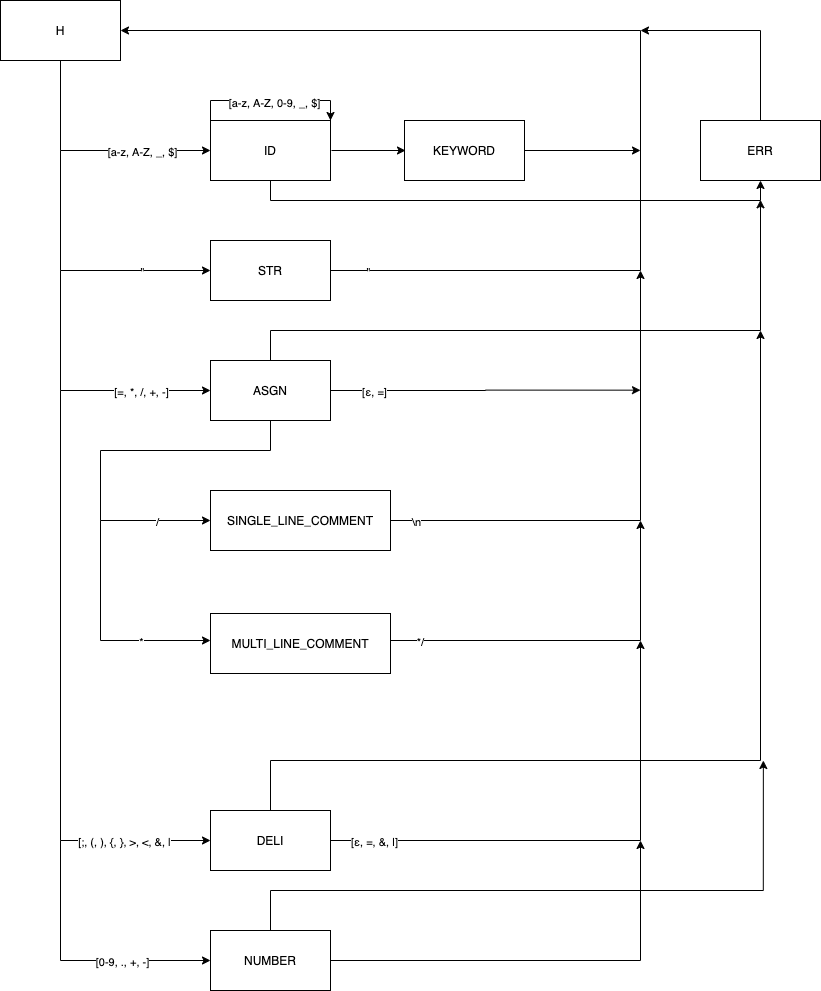
This is statesDgram.png from sevskii111/compiler, a draw.io export, as it was before one commit. Source tidied: cells renumbered, new cells last; positions are measured from the earlier drawing's top-left corner, leaving out a move shared by most shapes.
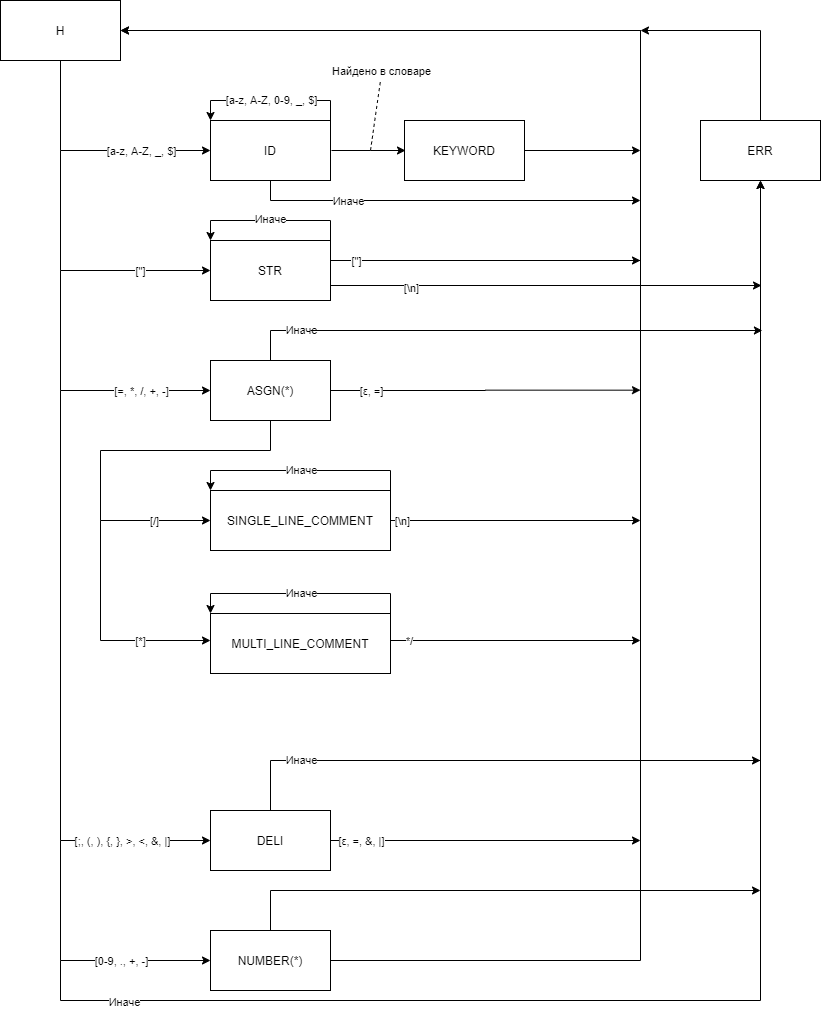
Above is the later version.

Diff of the diagram source:
```diff
@@ -17,11 +17,28 @@
       <mxGeometry relative="1" as="geometry">
         <mxPoint x="331" y="150" as="sourcePoint" />
         <mxPoint x="405" y="150" as="targetPoint" />
+        <Array as="points">
+          <mxPoint x="370" y="150" />
+          <mxPoint x="370" y="150" />
+        </Array>
       </mxGeometry>
     </mxCell>
+    <mxCell id="46" value="Найдено в словаре" style="edgeLabel;html=1;align=center;verticalAlign=middle;" parent="5" vertex="1">
+      <mxGeometry x="-0.28" y="1" relative="1" as="geometry">
+        <mxPoint x="22.3" y="-79" as="offset" />
+      </mxGeometry>
+    </mxCell>
-    <mxCell id="6" style="edgeStyle=orthogonalEdgeStyle;rounded=0;jettySize=auto;html=1;exitX=0.5;exitY=1;exitDx=0;exitDy=0;entryX=0.5;entryY=1;entryDx=0;entryDy=0;" parent="1" edge="1" source="7" target="40">
-      <mxGeometry relative="1" as="geometry" />
+    <mxCell id="6" style="edgeStyle=orthogonalEdgeStyle;rounded=0;jettySize=auto;html=1;exitX=0.5;exitY=1;exitDx=0;exitDy=0;" parent="1" edge="1" source="7">
+      <mxGeometry relative="1" as="geometry">
+        <mxPoint x="640" y="200" as="targetPoint" />
+        <Array as="points">
+          <mxPoint x="270" y="200" />
+        </Array>
+      </mxGeometry>
     </mxCell>
+    <mxCell id="47" value="Иначе" style="edgeLabel;html=1;align=center;verticalAlign=middle;" parent="6" vertex="1">
+      <mxGeometry x="-0.5" relative="1" as="geometry" />
+    </mxCell>
     <mxCell id="7" value="ID" style="rounded=0;whiteSpace=wrap;html=1;" parent="1" vertex="1">
       <mxGeometry x="210" y="120" width="120" height="60" as="geometry" />
     </mxCell>
@@ -41,24 +58,62 @@
         </Array>
       </mxGeometry>
     </mxCell>
-    <mxCell id="11" value="&quot;" style="edgeLabel;html=1;align=center;verticalAlign=middle;" parent="10" vertex="1">
+    <mxCell id="11" value="[&quot;]" style="edgeLabel;html=1;align=center;verticalAlign=middle;" parent="10" vertex="1">
       <mxGeometry x="0.37" y="-1" relative="1" as="geometry">
-        <mxPoint x="15.8" y="-1" as="offset" />
+        <mxPoint x="14.8" y="-1" as="offset" />
       </mxGeometry>
     </mxCell>
     <mxCell id="12" style="edgeStyle=orthogonalEdgeStyle;rounded=0;jettySize=auto;html=1;exitX=1;exitY=0.5;exitDx=0;exitDy=0;entryX=1;entryY=0.5;entryDx=0;entryDy=0;" parent="1" edge="1" source="14" target="4">
       <mxGeometry relative="1" as="geometry">
         <Array as="points">
-          <mxPoint x="640" y="270" />
+          <mxPoint x="330" y="260" />
+          <mxPoint x="640" y="260" />
           <mxPoint x="640" y="30" />
         </Array>
       </mxGeometry>
     </mxCell>
-    <mxCell id="13" value="&quot;" style="edgeLabel;html=1;align=center;verticalAlign=middle;" parent="12" vertex="1">
+    <mxCell id="13" value="[&quot;]" style="edgeLabel;html=1;align=center;verticalAlign=middle;" parent="12" vertex="1">
       <mxGeometry x="-0.93" y="-2" relative="1" as="geometry">
         <mxPoint y="-2" as="offset" />
       </mxGeometry>
     </mxCell>
+    <mxCell id="48" style="edgeStyle=none;rounded=0;orthogonalLoop=1;jettySize=auto;html=1;endArrow=none;endFill=0;" parent="1" edge="1">
+      <mxGeometry relative="1" as="geometry">
+        <mxPoint x="330" y="220" as="sourcePoint" />
+        <mxPoint x="210" y="220" as="targetPoint" />
+      </mxGeometry>
+    </mxCell>
+    <mxCell id="49" value="Иначе" style="edgeLabel;html=1;align=center;verticalAlign=middle;" parent="48" vertex="1">
+      <mxGeometry x="0.17" y="-2" relative="1" as="geometry">
+        <mxPoint x="10.5" as="offset" />
+      </mxGeometry>
+    </mxCell>
+    <mxCell id="50" style="edgeStyle=none;rounded=0;jettySize=auto;html=1;exitX=1;exitY=0;exitDx=0;exitDy=0;endArrow=none;endFill=0;" parent="1" edge="1" source="14">
+      <mxGeometry relative="1" as="geometry">
+        <mxPoint x="330" y="220" as="targetPoint" />
+      </mxGeometry>
+    </mxCell>
+    <mxCell id="51" style="edgeStyle=none;rounded=0;jettySize=auto;html=1;endArrow=classic;endFill=1;exitX=0;exitY=0;exitDx=0;exitDy=0;entryX=0;entryY=0;entryDx=0;entryDy=0;" parent="1" edge="1" target="14">
+      <mxGeometry relative="1" as="geometry">
+        <mxPoint x="210" y="220" as="sourcePoint" />
+      </mxGeometry>
+    </mxCell>
+    <mxCell id="52" style="edgeStyle=none;rounded=0;jettySize=auto;html=1;endArrow=classic;endFill=1;exitX=1;exitY=0.75;exitDx=0;exitDy=0;" parent="1" edge="1" source="14">
+      <mxGeometry relative="1" as="geometry">
+        <mxPoint x="761" y="285" as="targetPoint" />
+      </mxGeometry>
+    </mxCell>
+    <mxCell id="53" value="[\n]" style="edgeLabel;html=1;align=center;verticalAlign=middle;" parent="52" vertex="1">
+      <mxGeometry x="-0.89" y="-2" relative="1" as="geometry">
+        <mxPoint x="57" as="offset" />
+      </mxGeometry>
+    </mxCell>
+    <mxCell id="54" style="edgeStyle=none;rounded=0;orthogonalLoop=1;jettySize=auto;html=1;endArrow=classic;endFill=1;" parent="1" edge="1">
+      <mxGeometry relative="1" as="geometry">
+        <mxPoint x="370" y="260" as="sourcePoint" />
+        <mxPoint x="640" y="260" as="targetPoint" />
+      </mxGeometry>
+    </mxCell>
     <mxCell id="14" value="STR" style="rounded=0;whiteSpace=wrap;html=1;" parent="1" vertex="1">
       <mxGeometry x="210" y="240" width="120" height="60" as="geometry" />
     </mxCell>
@@ -84,20 +139,24 @@
         </Array>
       </mxGeometry>
     </mxCell>
-    <mxCell id="18" value="/" style="edgeLabel;html=1;align=center;verticalAlign=middle;" parent="17" vertex="1">
+    <mxCell id="18" value="[/]" style="edgeLabel;html=1;align=center;verticalAlign=middle;" parent="17" vertex="1">
       <mxGeometry x="0.76" relative="1" as="geometry">
         <mxPoint x="-11" as="offset" />
       </mxGeometry>
     </mxCell>
-    <mxCell id="19" style="edgeStyle=orthogonalEdgeStyle;rounded=0;jettySize=auto;html=1;exitX=0.5;exitY=0;exitDx=0;exitDy=0;" parent="1" edge="1" source="22">
+    <mxCell id="19" style="edgeStyle=orthogonalEdgeStyle;rounded=0;jettySize=auto;html=1;exitX=0.5;exitY=0;exitDx=0;exitDy=0;entryX=0.5;entryY=1;entryDx=0;entryDy=0;" parent="1" edge="1" source="22" target="40">
       <mxGeometry relative="1" as="geometry">
-        <mxPoint x="760" y="199.3" as="targetPoint" />
         <Array as="points">
           <mxPoint x="270" y="330" />
           <mxPoint x="760" y="330" />
         </Array>
       </mxGeometry>
     </mxCell>
+    <mxCell id="55" value="Иначе" style="edgeLabel;html=1;align=center;verticalAlign=middle;" parent="19" vertex="1">
+      <mxGeometry x="-0.91" y="-18" relative="1" as="geometry">
+        <mxPoint x="30" y="-19" as="offset" />
+      </mxGeometry>
+    </mxCell>
     <mxCell id="20" style="edgeStyle=orthogonalEdgeStyle;rounded=0;jettySize=auto;html=1;exitX=1;exitY=0.5;exitDx=0;exitDy=0;" parent="1" edge="1" source="22">
       <mxGeometry relative="1" as="geometry">
         <mxPoint x="640" y="389.7" as="targetPoint" />
@@ -108,7 +167,13 @@
         <mxPoint x="6" y="-2" as="offset" />
       </mxGeometry>
     </mxCell>
+    <mxCell id="56" style="edgeStyle=none;rounded=0;orthogonalLoop=1;jettySize=auto;html=1;endArrow=classic;endFill=1;" parent="1" edge="1">
+      <mxGeometry relative="1" as="geometry">
+        <mxPoint x="310" y="330" as="sourcePoint" />
+        <mxPoint x="761.9" y="330" as="targetPoint" />
+      </mxGeometry>
+    </mxCell>
-    <mxCell id="22" value="ASGN" style="rounded=0;whiteSpace=wrap;html=1;" parent="1" vertex="1">
+    <mxCell id="22" value="ASGN(*)" style="rounded=0;whiteSpace=wrap;html=1;" parent="1" vertex="1">
       <mxGeometry x="210" y="360" width="120" height="60" as="geometry" />
     </mxCell>
     <mxCell id="23" style="edgeStyle=orthogonalEdgeStyle;rounded=0;jettySize=auto;html=1;exitX=0;exitY=0.5;exitDx=0;exitDy=0;entryX=0;entryY=0.5;entryDx=0;entryDy=0;" parent="1" edge="1" target="28">
@@ -119,14 +184,14 @@
         </Array>
       </mxGeometry>
     </mxCell>
-    <mxCell id="24" value="[;, (, ), {, }, &amp;gt;, &amp;lt;, &amp;amp;, |" style="edgeLabel;html=1;align=center;verticalAlign=middle;" parent="23" vertex="1">
+    <mxCell id="24" value="[;, (, ), {, }, &amp;gt;, &amp;lt;, &amp;amp;, |]" style="edgeLabel;html=1;align=center;verticalAlign=middle;" parent="23" vertex="1">
       <mxGeometry x="0.5" y="22" relative="1" as="geometry">
-        <mxPoint x="60" y="22" as="offset" />
+        <mxPoint x="61" y="22" as="offset" />
       </mxGeometry>
     </mxCell>
     <mxCell id="25" style="edgeStyle=orthogonalEdgeStyle;rounded=0;jettySize=auto;html=1;exitX=1;exitY=0.5;exitDx=0;exitDy=0;" parent="1" edge="1" source="28">
       <mxGeometry relative="1" as="geometry">
-        <mxPoint x="640" y="640" as="targetPoint" />
+        <mxPoint x="640" y="840" as="targetPoint" />
       </mxGeometry>
     </mxCell>
     <mxCell id="26" value="[ε, =, &amp;amp;, |]" style="edgeLabel;html=1;align=center;verticalAlign=middle;" parent="25" vertex="1">
@@ -136,22 +201,27 @@
     </mxCell>
     <mxCell id="27" style="edgeStyle=orthogonalEdgeStyle;rounded=0;jettySize=auto;html=1;exitX=0.5;exitY=0;exitDx=0;exitDy=0;" parent="1" edge="1" source="28">
       <mxGeometry relative="1" as="geometry">
-        <mxPoint x="760" y="330" as="targetPoint" />
+        <mxPoint x="760" y="760" as="targetPoint" />
         <Array as="points">
           <mxPoint x="270" y="760" />
           <mxPoint x="760" y="760" />
         </Array>
       </mxGeometry>
     </mxCell>
+    <mxCell id="57" value="Иначе" style="edgeLabel;html=1;align=center;verticalAlign=middle;" parent="27" vertex="1">
+      <mxGeometry x="-0.9" y="-37" relative="1" as="geometry">
+        <mxPoint x="-7" y="-22.5" as="offset" />
+      </mxGeometry>
+    </mxCell>
     <mxCell id="28" value="DELI" style="rounded=0;whiteSpace=wrap;html=1;" parent="1" vertex="1">
       <mxGeometry x="210" y="810" width="120" height="60" as="geometry" />
     </mxCell>
     <mxCell id="29" style="edgeStyle=orthogonalEdgeStyle;rounded=0;jettySize=auto;html=1;exitX=1;exitY=0.5;exitDx=0;exitDy=0;" parent="1" edge="1" source="31">
       <mxGeometry relative="1" as="geometry">
-        <mxPoint x="640" y="270" as="targetPoint" />
+        <mxPoint x="640" y="520" as="targetPoint" />
       </mxGeometry>
     </mxCell>
-    <mxCell id="30" value="\n" style="edgeLabel;html=1;align=center;verticalAlign=middle;" parent="29" vertex="1">
+    <mxCell id="30" value="[\n]" style="edgeLabel;html=1;align=center;verticalAlign=middle;" parent="29" vertex="1">
       <mxGeometry x="-0.9" y="-3" relative="1" as="geometry">
         <mxPoint y="-3" as="offset" />
       </mxGeometry>
@@ -168,7 +238,7 @@
         </Array>
       </mxGeometry>
     </mxCell>
-    <mxCell id="33" value="*" style="edgeLabel;html=1;align=center;verticalAlign=middle;" parent="32" vertex="1">
+    <mxCell id="33" value="[*]" style="edgeLabel;html=1;align=center;verticalAlign=middle;" parent="32" vertex="1">
       <mxGeometry x="0.5" y="-2" relative="1" as="geometry">
         <mxPoint x="-13.1" y="-2" as="offset" />
       </mxGeometry>
@@ -176,7 +246,7 @@
     <mxCell id="34" style="edgeStyle=orthogonalEdgeStyle;rounded=0;orthogonalLoop=1;jettySize=auto;html=1;exitX=1;exitY=0.5;exitDx=0;exitDy=0;" parent="1" edge="1">
       <mxGeometry relative="1" as="geometry">
         <mxPoint x="390" y="640" as="sourcePoint" />
-        <mxPoint x="640" y="520" as="targetPoint" />
+        <mxPoint x="640" y="640" as="targetPoint" />
       </mxGeometry>
     </mxCell>
     <mxCell id="35" value="*/" style="edgeLabel;html=1;align=center;verticalAlign=middle;" parent="34" vertex="1">
@@ -187,20 +257,21 @@
     <mxCell id="36" value="MULTI_LINE_COMMENT" style="rounded=0;whiteSpace=wrap;html=1;" parent="1" vertex="1">
       <mxGeometry x="210" y="613" width="180" height="60" as="geometry" />
     </mxCell>
-    <mxCell id="37" style="edgeStyle=orthogonalEdgeStyle;rounded=0;jettySize=auto;html=1;exitX=0.25;exitY=0;exitDx=0;exitDy=0;" parent="1" edge="1" source="7">
+    <mxCell id="37" style="edgeStyle=orthogonalEdgeStyle;rounded=0;orthogonalLoop=1;jettySize=auto;html=1;exitX=0.25;exitY=0;exitDx=0;exitDy=0;" parent="1" edge="1">
       <mxGeometry relative="1" as="geometry">
-        <mxPoint x="330" y="120" as="targetPoint" />
+        <mxPoint x="330" y="120" as="sourcePoint" />
+        <mxPoint x="210" y="120" as="targetPoint" />
         <Array as="points">
+          <mxPoint x="330" y="120" />
+          <mxPoint x="330" y="100" />
+          <mxPoint x="210" y="100" />
           <mxPoint x="210" y="120" />
-          <mxPoint x="210" y="100" />
-          <mxPoint x="330" y="100" />
-          <mxPoint x="330" y="120" />
         </Array>
       </mxGeometry>
     </mxCell>
     <mxCell id="38" value="[a-z, A-Z, 0-9, _, $]" style="edgeLabel;html=1;align=center;verticalAlign=middle;" parent="37" vertex="1">
       <mxGeometry x="-0.21" y="-1" relative="1" as="geometry">
-        <mxPoint x="35.8" as="offset" />
+        <mxPoint x="-17" as="offset" />
       </mxGeometry>
     </mxCell>
     <mxCell id="39" style="edgeStyle=orthogonalEdgeStyle;rounded=0;jettySize=auto;html=1;exitX=0.5;exitY=0;exitDx=0;exitDy=0;" parent="1" edge="1" source="40">
@@ -227,22 +298,72 @@
         <mxPoint x="60" y="20" as="offset" />
       </mxGeometry>
     </mxCell>
-    <mxCell id="43" style="edgeStyle=orthogonalEdgeStyle;rounded=0;jettySize=auto;html=1;exitX=1;exitY=0.5;exitDx=0;exitDy=0;" parent="1" edge="1" source="45">
+    <mxCell id="43" style="edgeStyle=orthogonalEdgeStyle;rounded=0;jettySize=auto;html=1;exitX=1;exitY=0.5;exitDx=0;exitDy=0;entryX=1;entryY=0.5;entryDx=0;entryDy=0;" parent="1" edge="1" source="45" target="4">
       <mxGeometry relative="1" as="geometry">
-        <mxPoint x="640" y="840" as="targetPoint" />
+        <Array as="points">
+          <mxPoint x="640" y="960" />
+          <mxPoint x="640" y="30" />
+        </Array>
       </mxGeometry>
     </mxCell>
     <mxCell id="44" style="edgeStyle=orthogonalEdgeStyle;rounded=0;jettySize=auto;html=1;exitX=0.5;exitY=0;exitDx=0;exitDy=0;" parent="1" edge="1" source="45">
       <mxGeometry relative="1" as="geometry">
-        <mxPoint x="762.9" y="760" as="targetPoint" />
+        <mxPoint x="760" y="890" as="targetPoint" />
         <Array as="points">
           <mxPoint x="270" y="890" />
-          <mxPoint x="763" y="890" />
         </Array>
       </mxGeometry>
     </mxCell>
-    <mxCell id="45" value="NUMBER" style="rounded=0;whiteSpace=wrap;html=1;" parent="1" vertex="1">
+    <mxCell id="45" value="NUMBER(*)" style="rounded=0;whiteSpace=wrap;html=1;" parent="1" vertex="1">
       <mxGeometry x="210" y="930" width="120" height="60" as="geometry" />
     </mxCell>
+    <mxCell id="58" style="endArrow=none;dashed=1;html=1;" parent="1" edge="1">
+      <mxGeometry relative="1" as="geometry">
+        <mxPoint x="370" y="150" as="sourcePoint" />
+        <mxPoint x="380" y="80" as="targetPoint" />
+      </mxGeometry>
+    </mxCell>
+    <mxCell id="59" style="edgeStyle=none;rounded=0;orthogonalLoop=1;jettySize=auto;html=1;endArrow=classic;endFill=1;exitX=1;exitY=0;exitDx=0;exitDy=0;exitPerimeter=0;entryX=0;entryY=0;entryDx=0;entryDy=0;jumpStyle=sharp;" parent="1" edge="1" source="31" target="31">
+      <mxGeometry relative="1" as="geometry">
+        <Array as="points">
+          <mxPoint x="390" y="470" />
+          <mxPoint x="210" y="470" />
+        </Array>
+      </mxGeometry>
+    </mxCell>
+    <mxCell id="60" value="Иначе" style="edgeLabel;html=1;align=center;verticalAlign=middle;" parent="59" vertex="1">
+      <mxGeometry x="0.16" y="-1" relative="1" as="geometry">
+        <mxPoint x="17.5" as="offset" />
+      </mxGeometry>
+    </mxCell>
+    <mxCell id="61" style="edgeStyle=none;rounded=0;orthogonalLoop=1;jettySize=auto;html=1;endArrow=classic;endFill=1;exitX=1;exitY=0;exitDx=0;exitDy=0;exitPerimeter=0;entryX=0;entryY=0;entryDx=0;entryDy=0;jumpStyle=sharp;" parent="1" edge="1">
+      <mxGeometry relative="1" as="geometry">
+        <mxPoint x="390" y="613" as="sourcePoint" />
+        <mxPoint x="210" y="613" as="targetPoint" />
+        <Array as="points">
+          <mxPoint x="390" y="593" />
+          <mxPoint x="210" y="593" />
+        </Array>
+      </mxGeometry>
+    </mxCell>
+    <mxCell id="62" value="Иначе" style="edgeLabel;html=1;align=center;verticalAlign=middle;" parent="61" vertex="1">
+      <mxGeometry x="0.16" y="-1" relative="1" as="geometry">
+        <mxPoint x="17.5" as="offset" />
+      </mxGeometry>
+    </mxCell>
+    <mxCell id="63" style="endArrow=classic;html=1;rounded=0;entryX=0.5;entryY=1;entryDx=0;entryDy=0;" parent="1" edge="1" target="40">
+      <mxGeometry relative="1" as="geometry">
+        <mxPoint x="60" y="960" as="sourcePoint" />
+        <Array as="points">
+          <mxPoint x="60" y="1000" />
+          <mxPoint x="760" y="1000" />
+        </Array>
+      </mxGeometry>
+    </mxCell>
+    <mxCell id="64" value="Иначе" style="edgeLabel;html=1;align=center;verticalAlign=middle;" parent="63" vertex="1">
+      <mxGeometry x="-0.91" y="16" relative="1" as="geometry">
+        <mxPoint x="30" y="17" as="offset" />
+      </mxGeometry>
+    </mxCell>
   </root>
 </mxGraphModel>
```
